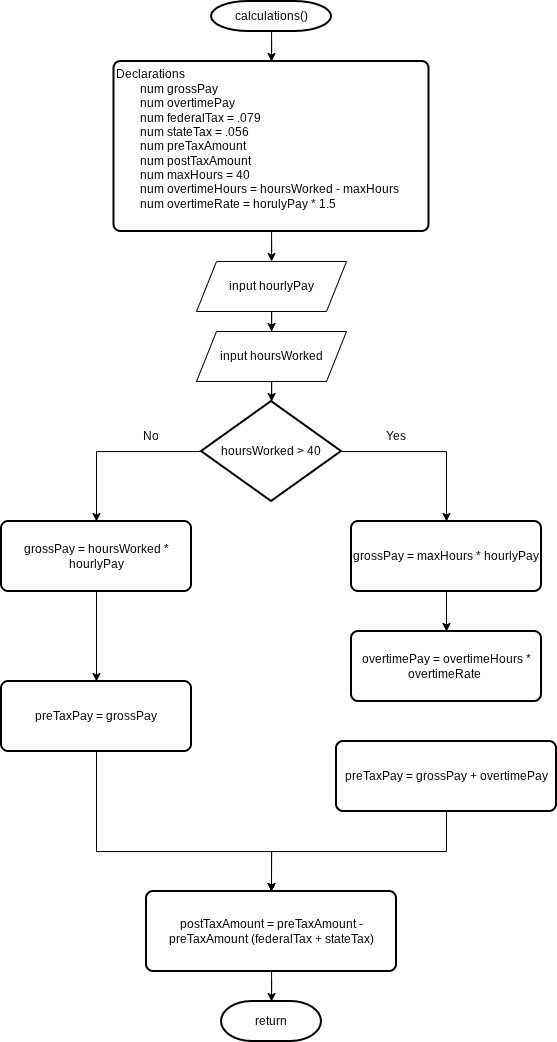
istewart23/Computing-Logic keeps this draw.io diagram as Group Project Calculations.drawio.png. Above is the earlier version. Source tidied: cells renumbered, new cells last; positions are measured from the earlier drawing's top-left corner, leaving out a move shared by most shapes.
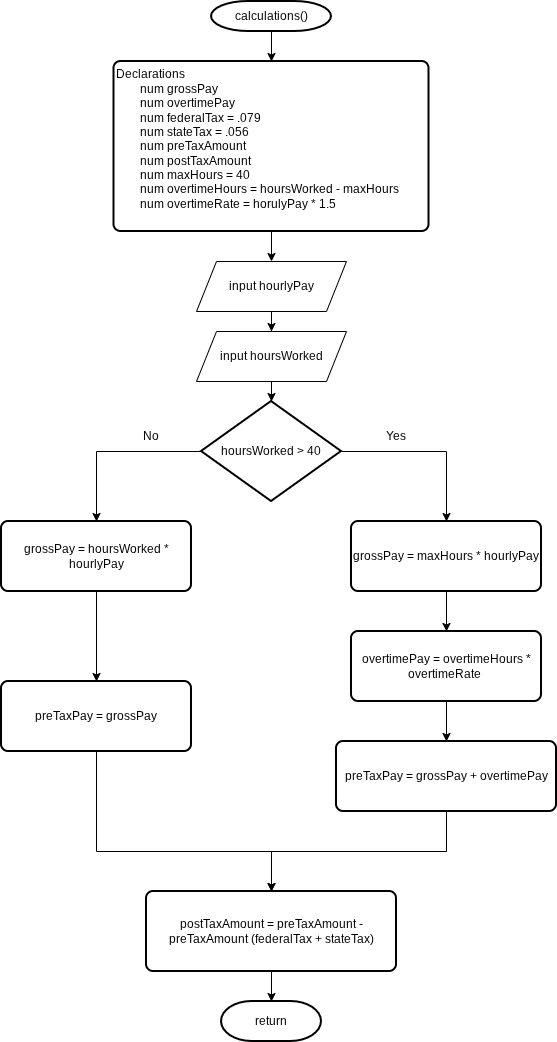
After the change.

Diff of the diagram source:
```diff
@@ -52,6 +52,9 @@
     <mxCell id="16" value="Yes" style="text;html=1;whiteSpace=wrap;strokeColor=none;fillColor=none;align=center;verticalAlign=middle;rounded=0;" parent="1" vertex="1">
       <mxGeometry x="365" y="420" width="60" height="30" as="geometry" />
     </mxCell>
+    <mxCell id="27" style="edgeStyle=orthogonalEdgeStyle;rounded=0;jettySize=auto;html=1;" parent="1" edge="1" source="17" target="19">
+      <mxGeometry relative="1" as="geometry" />
+    </mxCell>
     <mxCell id="17" value="overtimePay = overtimeHours * overtimeRate&amp;nbsp;" style="rounded=1;whiteSpace=wrap;html=1;absoluteArcSize=1;arcSize=14;strokeWidth=2;" parent="1" vertex="1">
       <mxGeometry x="350" y="630" width="190" height="70" as="geometry" />
     </mxCell>
```
